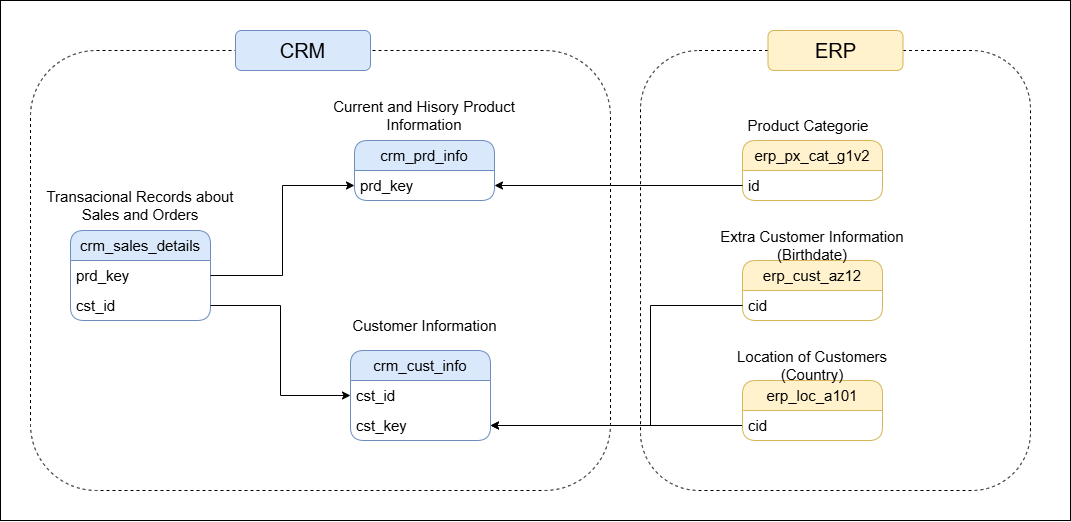
Earlier version of the draw.io export docs/Data Integration.png (JuanMurcia-999/SQL-Data-Warehouse). Source tidied: cells renumbered, new cells last; positions are measured from the earlier drawing's top-left corner, leaving out a move shared by most shapes.
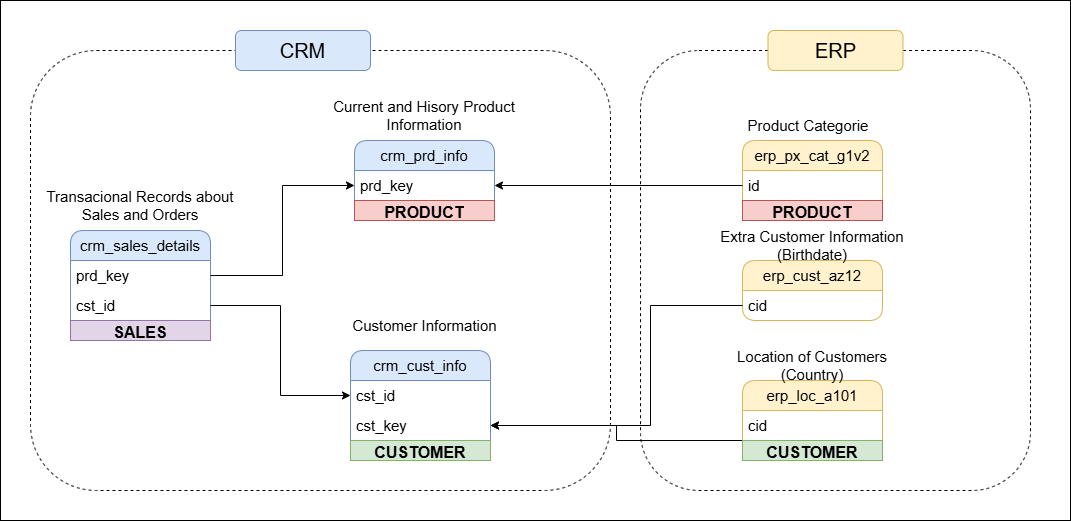
The same file after the commit.

Change to the diagram source:
```diff
@@ -12,7 +12,7 @@
       <mxGeometry x="640" y="50" width="390" height="440" as="geometry" />
     </mxCell>
     <mxCell id="5" value="crm_sales_details" style="swimlane;fontStyle=0;horizontal=1;startSize=30;whiteSpace=wrap;html=1;rounded=1;fillColor=#dae8fc;strokeColor=#6c8ebf;strokeWidth=1;fontSize=15;" parent="1" vertex="1">
-      <mxGeometry x="70" y="230" width="140" height="90" as="geometry" />
+      <mxGeometry x="70" y="230" width="140" height="110" as="geometry" />
     </mxCell>
     <mxCell id="6" value="prd_key" style="text;strokeColor=none;fillColor=none;align=left;verticalAlign=middle;spacingLeft=4;spacingRight=4;overflow=hidden;points=[[0,0.5],[1,0.5]];portConstraint=eastwest;whiteSpace=wrap;html=1;strokeWidth=1;fontSize=15;" parent="5" vertex="1">
       <mxGeometry y="30" width="140" height="30" as="geometry" />
@@ -20,14 +20,20 @@
     <mxCell id="7" value="cst_id" style="text;strokeColor=none;fillColor=none;align=left;verticalAlign=middle;spacingLeft=4;spacingRight=4;overflow=hidden;points=[[0,0.5],[1,0.5]];portConstraint=eastwest;whiteSpace=wrap;html=1;strokeWidth=1;fontSize=15;" parent="5" vertex="1">
       <mxGeometry y="60" width="140" height="30" as="geometry" />
     </mxCell>
+    <mxCell id="32" value="&lt;font style=&quot;font-size: 16px;&quot;&gt;&lt;b style=&quot;&quot;&gt;SALES&lt;/b&gt;&lt;/font&gt;" style="text;html=1;strokeColor=#9673a6;fillColor=#e1d5e7;align=center;verticalAlign=middle;whiteSpace=wrap;overflow=hidden;" parent="5" vertex="1">
+      <mxGeometry y="90" width="140" height="20" as="geometry" />
+    </mxCell>
     <mxCell id="8" value="crm_prd_info" style="swimlane;fontStyle=0;horizontal=1;startSize=30;whiteSpace=wrap;html=1;rounded=1;fillColor=#dae8fc;strokeColor=#6c8ebf;strokeWidth=1;fontSize=15;" parent="1" vertex="1">
-      <mxGeometry x="354" y="140" width="140" height="60" as="geometry" />
+      <mxGeometry x="354" y="140" width="140" height="80" as="geometry" />
     </mxCell>
     <mxCell id="9" value="prd_key" style="text;strokeColor=none;fillColor=none;align=left;verticalAlign=middle;spacingLeft=4;spacingRight=4;overflow=hidden;points=[[0,0.5],[1,0.5]];portConstraint=eastwest;whiteSpace=wrap;html=1;strokeWidth=1;fontSize=15;" parent="8" vertex="1">
       <mxGeometry y="30" width="140" height="30" as="geometry" />
     </mxCell>
+    <mxCell id="33" value="&lt;font style=&quot;font-size: 16px;&quot;&gt;&lt;b&gt;PRODUCT&lt;/b&gt;&lt;/font&gt;" style="text;html=1;strokeColor=#b85450;fillColor=#f8cecc;align=center;verticalAlign=middle;whiteSpace=wrap;overflow=hidden;" parent="8" vertex="1">
+      <mxGeometry y="60" width="140" height="20" as="geometry" />
+    </mxCell>
     <mxCell id="10" value="crm_cust_info" style="swimlane;fontStyle=0;horizontal=1;startSize=30;whiteSpace=wrap;html=1;rounded=1;fillColor=#dae8fc;strokeColor=#6c8ebf;strokeWidth=1;fontSize=15;" parent="1" vertex="1">
-      <mxGeometry x="350" y="350" width="140" height="90" as="geometry" />
+      <mxGeometry x="350" y="350" width="140" height="110" as="geometry" />
     </mxCell>
     <mxCell id="11" value="cst_id" style="text;strokeColor=none;fillColor=none;align=left;verticalAlign=middle;spacingLeft=4;spacingRight=4;overflow=hidden;points=[[0,0.5],[1,0.5]];portConstraint=eastwest;whiteSpace=wrap;html=1;strokeWidth=1;fontSize=15;" parent="10" vertex="1">
       <mxGeometry y="30" width="140" height="30" as="geometry" />
@@ -35,6 +41,9 @@
     <mxCell id="12" value="cst_key" style="text;strokeColor=none;fillColor=none;align=left;verticalAlign=middle;spacingLeft=4;spacingRight=4;overflow=hidden;points=[[0,0.5],[1,0.5]];portConstraint=eastwest;whiteSpace=wrap;html=1;strokeWidth=1;fontSize=15;" parent="10" vertex="1">
       <mxGeometry y="60" width="140" height="30" as="geometry" />
     </mxCell>
+    <mxCell id="34" value="&lt;font style=&quot;font-size: 16px;&quot;&gt;&lt;b&gt;CUSTOMER&lt;/b&gt;&lt;/font&gt;" style="text;html=1;strokeColor=#82b366;fillColor=#d5e8d4;align=center;verticalAlign=middle;whiteSpace=wrap;overflow=hidden;" parent="10" vertex="1">
+      <mxGeometry y="90" width="140" height="20" as="geometry" />
+    </mxCell>
     <mxCell id="13" style="edgeStyle=orthogonalEdgeStyle;rounded=0;jettySize=auto;html=1;exitX=1;exitY=0.5;exitDx=0;exitDy=0;entryX=0;entryY=0.5;entryDx=0;entryDy=0;strokeWidth=1;fontSize=15;" parent="1" edge="1" source="6" target="9">
       <mxGeometry relative="1" as="geometry" />
     </mxCell>
@@ -51,11 +60,14 @@
       <mxGeometry x="341.5" y="310" width="165" height="30" as="geometry" />
     </mxCell>
     <mxCell id="18" value="erp_px_cat_g1v2" style="swimlane;fontStyle=0;horizontal=1;startSize=30;whiteSpace=wrap;html=1;rounded=1;fillColor=#fff2cc;strokeColor=#d6b656;strokeWidth=1;fontSize=15;" parent="1" vertex="1">
-      <mxGeometry x="742" y="140" width="140" height="60" as="geometry" />
+      <mxGeometry x="742" y="140" width="140" height="80" as="geometry" />
     </mxCell>
     <mxCell id="19" value="id" style="text;strokeColor=none;fillColor=none;align=left;verticalAlign=middle;spacingLeft=4;spacingRight=4;overflow=hidden;points=[[0,0.5],[1,0.5]];portConstraint=eastwest;whiteSpace=wrap;html=1;strokeWidth=1;fontSize=15;" parent="18" vertex="1">
       <mxGeometry y="30" width="140" height="30" as="geometry" />
     </mxCell>
+    <mxCell id="35" value="&lt;font style=&quot;font-size: 16px;&quot;&gt;&lt;b&gt;PRODUCT&lt;/b&gt;&lt;/font&gt;" style="text;html=1;strokeColor=#b85450;fillColor=#f8cecc;align=center;verticalAlign=middle;whiteSpace=wrap;overflow=hidden;" parent="18" vertex="1">
+      <mxGeometry y="60" width="140" height="20" as="geometry" />
+    </mxCell>
     <mxCell id="20" value="erp_cust_az12" style="swimlane;fontStyle=0;horizontal=1;startSize=30;whiteSpace=wrap;html=1;rounded=1;fillColor=#fff2cc;strokeColor=#d6b656;strokeWidth=1;fontSize=15;" parent="1" vertex="1">
       <mxGeometry x="742" y="260" width="140" height="60" as="geometry" />
     </mxCell>
@@ -66,11 +78,14 @@
       <mxGeometry relative="1" as="geometry" />
     </mxCell>
     <mxCell id="23" value="erp_loc_a101" style="swimlane;fontStyle=0;horizontal=1;startSize=30;whiteSpace=wrap;html=1;rounded=1;fillColor=#fff2cc;strokeColor=#d6b656;strokeWidth=1;fontSize=15;" parent="1" vertex="1">
-      <mxGeometry x="742" y="380" width="140" height="60" as="geometry" />
+      <mxGeometry x="742" y="380" width="140" height="80" as="geometry" />
     </mxCell>
     <mxCell id="24" value="cid" style="text;strokeColor=none;fillColor=none;align=left;verticalAlign=middle;spacingLeft=4;spacingRight=4;overflow=hidden;whiteSpace=wrap;html=1;strokeWidth=1;fontSize=15;" parent="23" vertex="1">
       <mxGeometry y="30" width="140" height="30" as="geometry" />
     </mxCell>
+    <mxCell id="36" value="&lt;b&gt;&lt;font style=&quot;font-size: 16px;&quot;&gt;CUSTOMER&lt;/font&gt;&lt;/b&gt;" style="text;html=1;strokeColor=#82b366;fillColor=#d5e8d4;align=center;verticalAlign=middle;whiteSpace=wrap;overflow=hidden;" parent="23" vertex="1">
+      <mxGeometry y="60" width="140" height="20" as="geometry" />
+    </mxCell>
     <mxCell id="25" value="Product Categorie" style="text;html=1;whiteSpace=wrap;strokeColor=none;fillColor=none;align=center;verticalAlign=middle;rounded=0;strokeWidth=1;fontSize=15;" parent="1" vertex="1">
       <mxGeometry x="734" y="110" width="148" height="30" as="geometry" />
     </mxCell>
```
